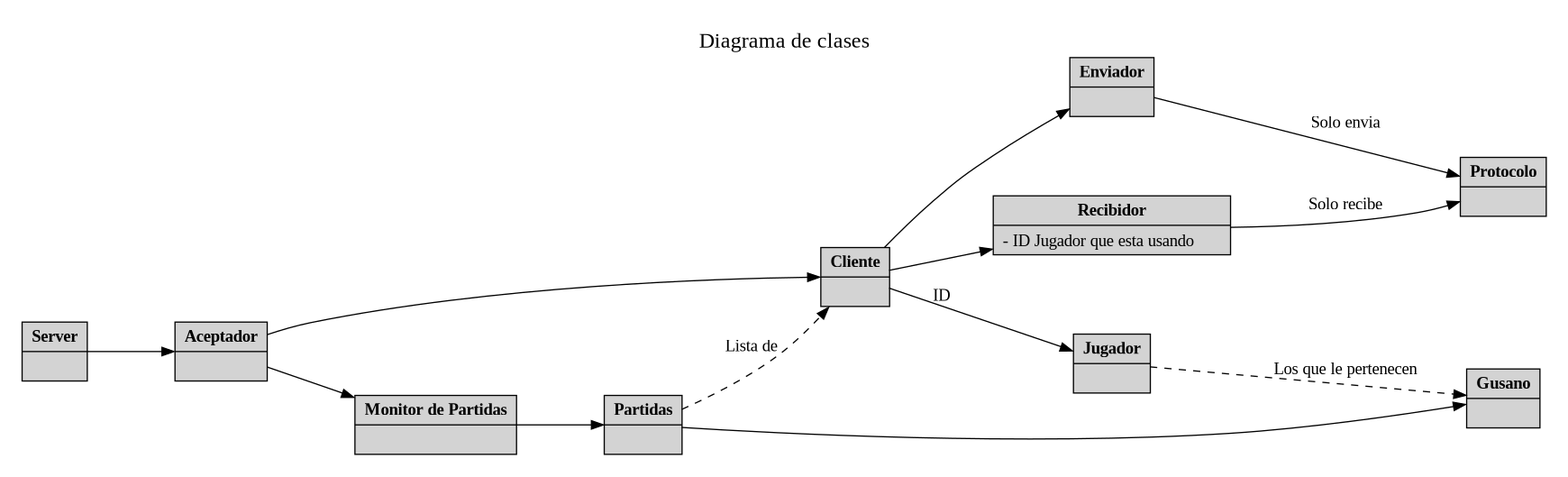
Earlier version of the Graphviz export documentacion/diagramaClases.png (Los-Socketes/Worms). Its source is kept beside it as documentacion/diagramaClases.gv. Source of this version:
```dot
digraph uml {


graph [
       label = "Diagrama de clases",
       labelloc = "t",
       labeljust = "c",
       fontsize = 18,
       rankdir = LR,
       margin = 0.2,
       splines = spline,
       ranksep = 1.0,
       nodesep = 0.9
       layout = dot
       ]

node [
      style = "solid,filled",
      labelloc="t";
      shape=record
      ]

server[label = <
       <b>Server</b>|
       >]

aceptador[label = <
       <b>Aceptador</b>|
       >]

cliente[label = <
       <b>Cliente</b>|
       >]

enviador[label = <
       <b>Enviador</b>|
       >]

recibidor[label = <
       <b>Recibidor</b>|
       - ID Jugador que esta usando
       >]

protocolo[label = <
       <b>Protocolo</b>|
       >]

jugador[label = <
       <b>Jugador</b>|
       >]

monitorPartidas[label = <
       <b>Monitor de Partidas</b>|
       >]

partidas[label = <
       <b>Partidas</b>|
       >]

gusano[label = <
       <b>Gusano</b>|
       >]

server->aceptador
aceptador->cliente
cliente->enviador
cliente->recibidor
enviador->protocolo [label = "Solo envia"]
recibidor->protocolo [label = "Solo recibe"]
cliente->jugador [label = ID]

aceptador->monitorPartidas
monitorPartidas->partidas

partidas->cliente [label = "Lista de", style = dashed ]
partidas->gusano

jugador->gusano [label = "Los que le pertenecen", style = dashed ]
}


```
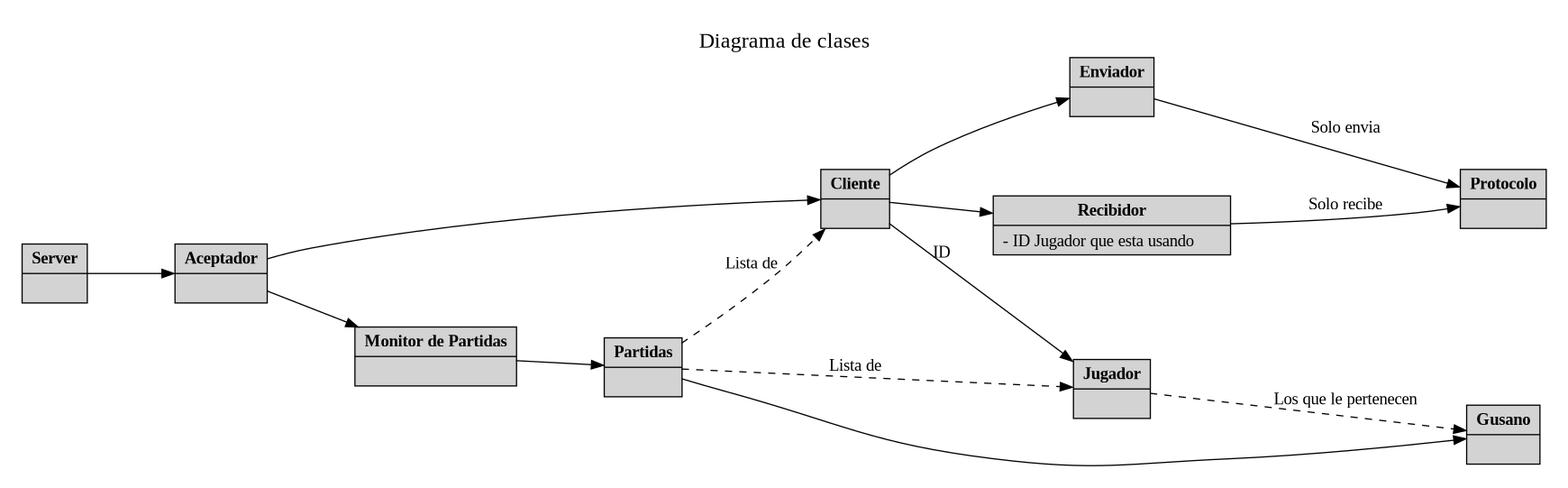
After the commit.

Commit message:
Actualizo grafico

What changed in the source:
```diff
@@ -73,6 +73,7 @@
 monitorPartidas->partidas
 
 partidas->cliente [label = "Lista de", style = dashed ]
+partidas->jugador [label = "Lista de", style = dashed ]
 partidas->gusano
 
 jugador->gusano [label = "Los que le pertenecen", style = dashed ]
```
